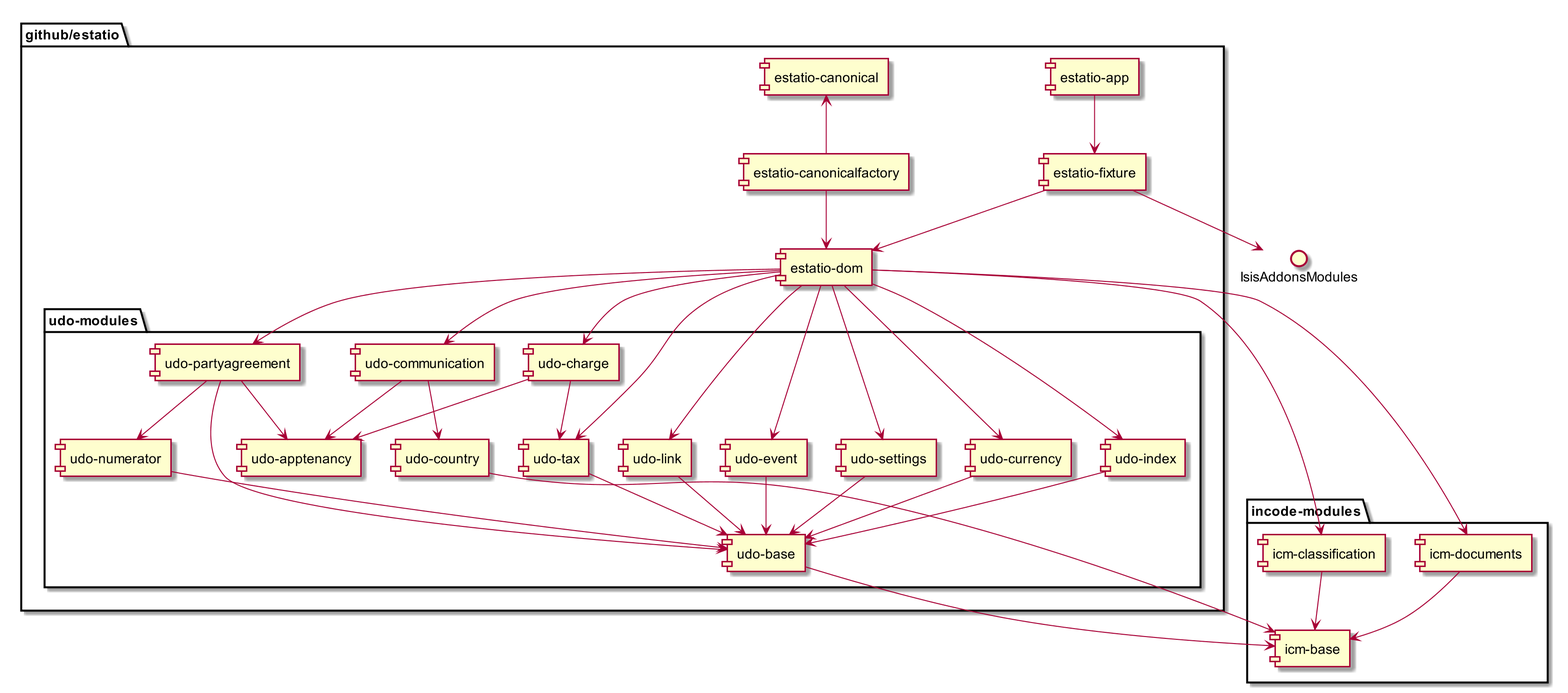
This is images/estatio-and-modules.png from incodehq/developers-guide, a PlantUML export, as it was before one commit. Its diagram source:
```plantuml
@startuml
skinparam dpi 200

package "github/estatio" {
    [estatio-app]
    [estatio-canonicalfactory]
    [estatio-canonical]
    [estatio-fixture]
    [estatio-dom]

    [estatio-app] --> [estatio-fixture]
    [estatio-fixture] --> [estatio-dom]

    [estatio-canonicalfactory] -up-> [estatio-canonical]
    [estatio-canonicalfactory] --> [estatio-dom]

    package "udo-modules" {
        [udo-base]
        [udo-charge]

        [udo-charge] --> [udo-tax]
        [udo-partyagreement] --> [udo-numerator]

        [udo-communication]
        [udo-country]

        [udo-currency] --> [udo-base]
        [udo-index] --> [udo-base]
        [udo-link] --> [udo-base]
        [udo-numerator] --> [udo-base]
        [udo-partyagreement] --> [udo-base]
        [udo-tax] --> [udo-base]
        [udo-event] --> [udo-base]
        [udo-settings] --> [udo-base]


        [udo-communication] --> [udo-apptenancy]
        [udo-communication] --> [udo-country]

        [udo-charge] --> [udo-apptenancy]
        [udo-partyagreement] --> [udo-apptenancy]
    }

    [estatio-dom] --> [udo-charge]
    [estatio-dom] --> [udo-currency]
    [estatio-dom] --> [udo-index]
    [estatio-dom] --> [udo-link]
    [estatio-dom] --> [udo-partyagreement]
    [estatio-dom] --> [udo-tax]
    [estatio-dom] --> [udo-event]
    [estatio-dom] --> [udo-settings]
    [estatio-dom] --> [udo-communication]

}


package "incode-modules" {
    [icm-base]
    [icm-documents] --> [icm-base]
    [icm-classification] --> [icm-base]
}


[estatio-dom] --> [icm-documents]
[estatio-dom] --> [icm-classification]

[udo-base] --> [icm-base]
[udo-country] --> [icm-base]

[estatio-fixture] -right-> IsisAddonsModules
@enduml
```
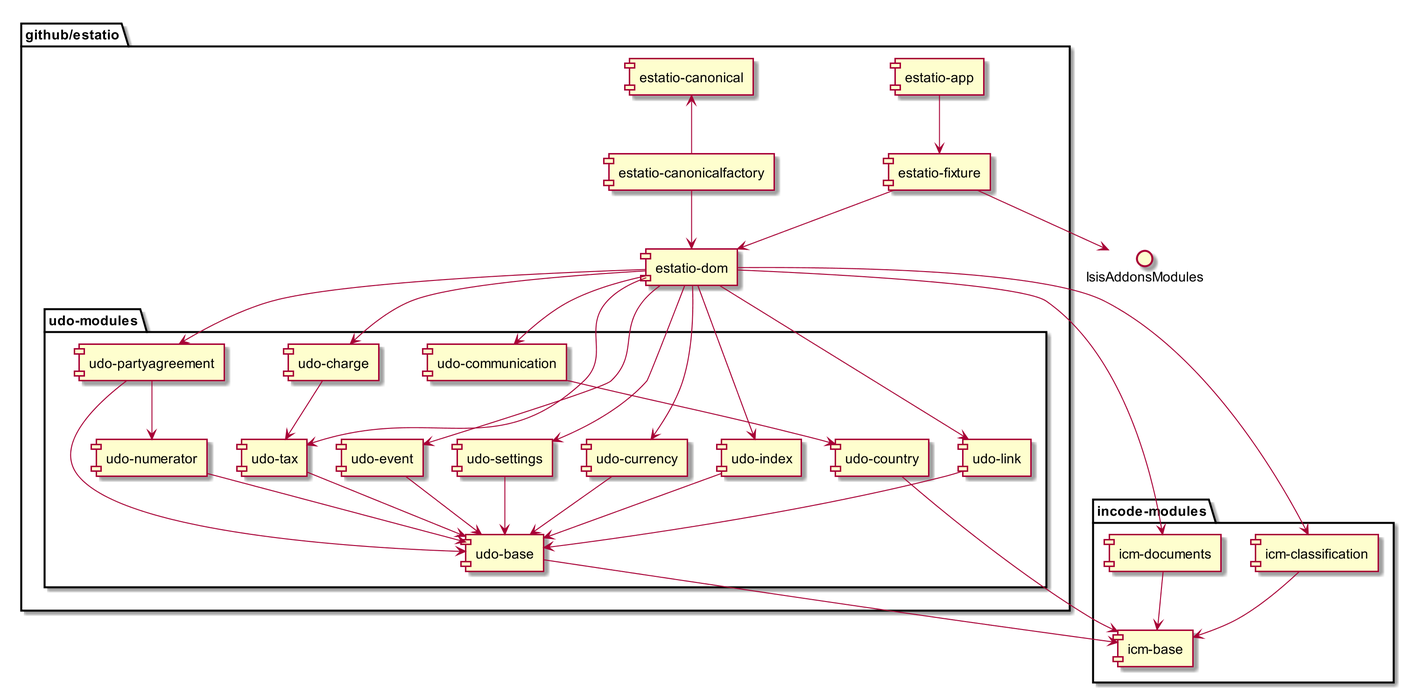
The same diagram one commit later.

Commit message:
fixing bad link, reworking some diagrams

Change to the diagram source:
```diff
@@ -33,12 +33,7 @@
         [udo-event] --> [udo-base]
         [udo-settings] --> [udo-base]
 
-
-        [udo-communication] --> [udo-apptenancy]
         [udo-communication] --> [udo-country]
-
-        [udo-charge] --> [udo-apptenancy]
-        [udo-partyagreement] --> [udo-apptenancy]
     }
 
     [estatio-dom] --> [udo-charge]
```
